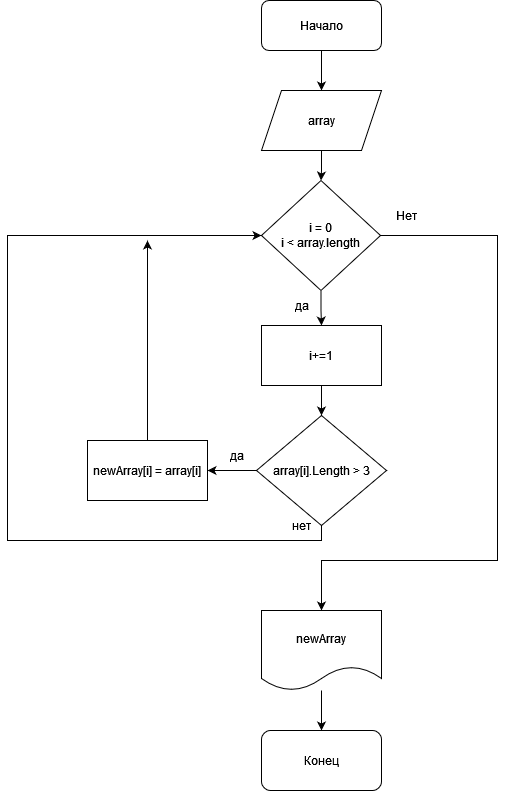
This is result/BlockScheme.drawio.png from SistemK/resultBlock1, a draw.io export, as it was before one commit. Source tidied: cells renumbered, new cells last; positions are measured from the earlier drawing's top-left corner, leaving out a move shared by most shapes. Source of this version:
```xml
<mxGraphModel>
  <root>
    <mxCell id="0" />
    <mxCell id="1" parent="0" />
    <mxCell id="2" style="edgeStyle=orthogonalEdgeStyle;rounded=0;jettySize=auto;html=1;entryX=0.5;entryY=0;entryDx=0;entryDy=0;" parent="1" edge="1" source="3" target="5">
      <mxGeometry relative="1" as="geometry" />
    </mxCell>
    <mxCell id="3" value="&lt;div&gt;Начало&lt;/div&gt;" style="rounded=1;whiteSpace=wrap;html=1;" parent="1" vertex="1">
      <mxGeometry x="254" width="120" height="50" as="geometry" />
    </mxCell>
    <mxCell id="4" style="edgeStyle=orthogonalEdgeStyle;rounded=0;jettySize=auto;html=1;entryX=0.5;entryY=0;entryDx=0;entryDy=0;" parent="1" edge="1" source="5" target="8">
      <mxGeometry relative="1" as="geometry" />
    </mxCell>
    <mxCell id="5" value="array" style="shape=parallelogram;perimeter=parallelogramPerimeter;whiteSpace=wrap;html=1;fixedSize=1;" parent="1" vertex="1">
      <mxGeometry x="254" y="90" width="120" height="60" as="geometry" />
    </mxCell>
    <mxCell id="6" style="edgeStyle=orthogonalEdgeStyle;rounded=0;jettySize=auto;html=1;" parent="1" edge="1" source="8" target="13">
      <mxGeometry relative="1" as="geometry" />
    </mxCell>
    <mxCell id="7" style="edgeStyle=orthogonalEdgeStyle;rounded=0;jettySize=auto;html=1;entryX=0.5;entryY=0;entryDx=0;entryDy=0;" parent="1" edge="1" source="8" target="20">
      <mxGeometry relative="1" as="geometry">
        <Array as="points">
          <mxPoint x="490" y="235" />
          <mxPoint x="490" y="560" />
          <mxPoint x="314" y="560" />
        </Array>
      </mxGeometry>
    </mxCell>
    <mxCell id="8" value="i = 0&lt;br&gt;i &amp;lt; array.length" style="rhombus;whiteSpace=wrap;html=1;" parent="1" vertex="1">
      <mxGeometry x="254" y="180" width="119" height="110" as="geometry" />
    </mxCell>
    <mxCell id="9" style="edgeStyle=orthogonalEdgeStyle;rounded=0;jettySize=auto;html=1;" parent="1" edge="1" source="11" target="15">
      <mxGeometry relative="1" as="geometry" />
    </mxCell>
    <mxCell id="10" style="edgeStyle=orthogonalEdgeStyle;rounded=0;jettySize=auto;html=1;entryX=0;entryY=0.5;entryDx=0;entryDy=0;" parent="1" edge="1" source="11" target="8">
      <mxGeometry relative="1" as="geometry">
        <Array as="points">
          <mxPoint x="314" y="540" />
          <mxPoint y="540" />
          <mxPoint y="235" />
        </Array>
      </mxGeometry>
    </mxCell>
    <mxCell id="11" value="array[i].Length &amp;gt; 3" style="rhombus;whiteSpace=wrap;html=1;" parent="1" vertex="1">
      <mxGeometry x="249" y="415" width="130" height="110" as="geometry" />
    </mxCell>
    <mxCell id="12" style="edgeStyle=orthogonalEdgeStyle;rounded=0;jettySize=auto;html=1;" parent="1" edge="1" source="13" target="11">
      <mxGeometry relative="1" as="geometry" />
    </mxCell>
    <mxCell id="13" value="i+=1" style="whiteSpace=wrap;html=1;" parent="1" vertex="1">
      <mxGeometry x="254" y="325" width="120" height="60" as="geometry" />
    </mxCell>
    <mxCell id="14" style="edgeStyle=orthogonalEdgeStyle;rounded=0;jettySize=auto;html=1;" parent="1" edge="1" source="15">
      <mxGeometry relative="1" as="geometry">
        <mxPoint x="140" y="240" as="targetPoint" />
      </mxGeometry>
    </mxCell>
    <mxCell id="15" value="newArray[i] = array[i]" style="whiteSpace=wrap;html=1;" parent="1" vertex="1">
      <mxGeometry x="80" y="440" width="120" height="60" as="geometry" />
    </mxCell>
    <mxCell id="16" value="да" style="text;html=1;align=center;verticalAlign=middle;strokeColor=none;fillColor=none;" parent="1" vertex="1">
      <mxGeometry x="209" y="440" width="40" height="30" as="geometry" />
    </mxCell>
    <mxCell id="17" value="нет" style="text;html=1;align=center;verticalAlign=middle;strokeColor=none;fillColor=none;" parent="1" vertex="1">
      <mxGeometry x="274" y="510" width="40" height="30" as="geometry" />
    </mxCell>
    <mxCell id="18" value="да" style="text;html=1;align=center;verticalAlign=middle;strokeColor=none;fillColor=none;" parent="1" vertex="1">
      <mxGeometry x="274" y="290" width="40" height="30" as="geometry" />
    </mxCell>
    <mxCell id="19" style="edgeStyle=orthogonalEdgeStyle;rounded=0;jettySize=auto;html=1;" parent="1" edge="1" source="20" target="22">
      <mxGeometry relative="1" as="geometry" />
    </mxCell>
    <mxCell id="20" value="newArray" style="shape=document;whiteSpace=wrap;html=1;boundedLbl=1;" parent="1" vertex="1">
      <mxGeometry x="254" y="610" width="120" height="80" as="geometry" />
    </mxCell>
    <mxCell id="21" value="Нет" style="text;html=1;align=center;verticalAlign=middle;strokeColor=none;fillColor=none;" parent="1" vertex="1">
      <mxGeometry x="379" y="200" width="40" height="30" as="geometry" />
    </mxCell>
    <mxCell id="22" value="Конец" style="rounded=1;whiteSpace=wrap;html=1;" parent="1" vertex="1">
      <mxGeometry x="254" y="730" width="120" height="60" as="geometry" />
    </mxCell>
  </root>
</mxGraphModel>
```
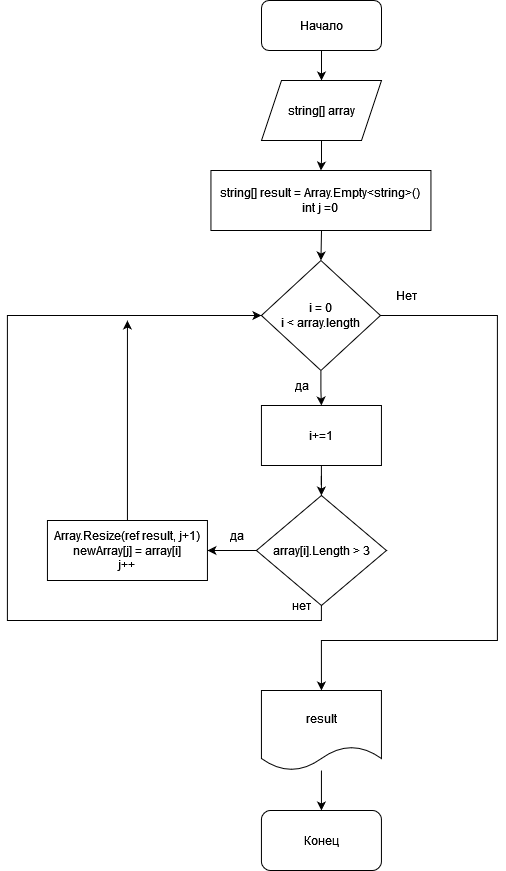
After the commit.

Change to the diagram source:
```diff
@@ -6,13 +6,18 @@
       <mxGeometry relative="1" as="geometry" />
     </mxCell>
     <mxCell id="3" value="&lt;div&gt;Начало&lt;/div&gt;" style="rounded=1;whiteSpace=wrap;html=1;" parent="1" vertex="1">
-      <mxGeometry x="254" width="120" height="50" as="geometry" />
+      <mxGeometry x="254.1" y="-80" width="120" height="50" as="geometry" />
     </mxCell>
-    <mxCell id="4" style="edgeStyle=orthogonalEdgeStyle;rounded=0;jettySize=auto;html=1;entryX=0.5;entryY=0;entryDx=0;entryDy=0;" parent="1" edge="1" source="5" target="8">
-      <mxGeometry relative="1" as="geometry" />
+    <mxCell id="4" style="edgeStyle=orthogonalEdgeStyle;rounded=0;jettySize=auto;html=1;entryX=0.5;entryY=0;entryDx=0;entryDy=0;" parent="1" edge="1" target="8">
+      <mxGeometry relative="1" as="geometry">
+        <mxPoint x="314.1" y="150" as="sourcePoint" />
+      </mxGeometry>
     </mxCell>
+    <mxCell id="23" style="edgeStyle=orthogonalEdgeStyle;rounded=0;jettySize=auto;html=1;" parent="1" edge="1" source="5" target="24">
+      <mxGeometry relative="1" as="geometry" />
+    </mxCell>
-    <mxCell id="5" value="array" style="shape=parallelogram;perimeter=parallelogramPerimeter;whiteSpace=wrap;html=1;fixedSize=1;" parent="1" vertex="1">
-      <mxGeometry x="254" y="90" width="120" height="60" as="geometry" />
+    <mxCell id="5" value="&lt;div&gt;string[] array&lt;/div&gt;" style="shape=parallelogram;perimeter=parallelogramPerimeter;whiteSpace=wrap;html=1;fixedSize=1;" parent="1" vertex="1">
+      <mxGeometry x="254.1" width="120" height="60" as="geometry" />
     </mxCell>
     <mxCell id="6" style="edgeStyle=orthogonalEdgeStyle;rounded=0;jettySize=auto;html=1;" parent="1" edge="1" source="8" target="13">
       <mxGeometry relative="1" as="geometry" />
@@ -52,11 +57,14 @@
     </mxCell>
     <mxCell id="14" style="edgeStyle=orthogonalEdgeStyle;rounded=0;jettySize=auto;html=1;" parent="1" edge="1" source="15">
       <mxGeometry relative="1" as="geometry">
-        <mxPoint x="140" y="240" as="targetPoint" />
+        <mxPoint x="120" y="240" as="targetPoint" />
+        <Array as="points">
+          <mxPoint x="120" y="240" />
+        </Array>
       </mxGeometry>
     </mxCell>
-    <mxCell id="15" value="newArray[i] = array[i]" style="whiteSpace=wrap;html=1;" parent="1" vertex="1">
-      <mxGeometry x="80" y="440" width="120" height="60" as="geometry" />
+    <mxCell id="15" value="Array.Resize(ref result, j+1)&lt;br&gt;newArray[j] = array[i]&lt;br&gt;j++" style="whiteSpace=wrap;html=1;" parent="1" vertex="1">
+      <mxGeometry x="40" y="440" width="160" height="60" as="geometry" />
     </mxCell>
     <mxCell id="16" value="да" style="text;html=1;align=center;verticalAlign=middle;strokeColor=none;fillColor=none;" parent="1" vertex="1">
       <mxGeometry x="209" y="440" width="40" height="30" as="geometry" />
@@ -70,7 +78,7 @@
     <mxCell id="19" style="edgeStyle=orthogonalEdgeStyle;rounded=0;jettySize=auto;html=1;" parent="1" edge="1" source="20" target="22">
       <mxGeometry relative="1" as="geometry" />
     </mxCell>
-    <mxCell id="20" value="newArray" style="shape=document;whiteSpace=wrap;html=1;boundedLbl=1;" parent="1" vertex="1">
+    <mxCell id="20" value="result" style="shape=document;whiteSpace=wrap;html=1;boundedLbl=1;" parent="1" vertex="1">
       <mxGeometry x="254" y="610" width="120" height="80" as="geometry" />
     </mxCell>
     <mxCell id="21" value="Нет" style="text;html=1;align=center;verticalAlign=middle;strokeColor=none;fillColor=none;" parent="1" vertex="1">
@@ -79,5 +87,8 @@
     <mxCell id="22" value="Конец" style="rounded=1;whiteSpace=wrap;html=1;" parent="1" vertex="1">
       <mxGeometry x="254" y="730" width="120" height="60" as="geometry" />
     </mxCell>
+    <mxCell id="24" value="string[] result = Array.Empty&amp;lt;string&amp;gt;() &lt;br&gt;int j =0" style="whiteSpace=wrap;html=1;" parent="1" vertex="1">
+      <mxGeometry x="203.5" y="90" width="220" height="60" as="geometry" />
+    </mxCell>
   </root>
 </mxGraphModel>
```
